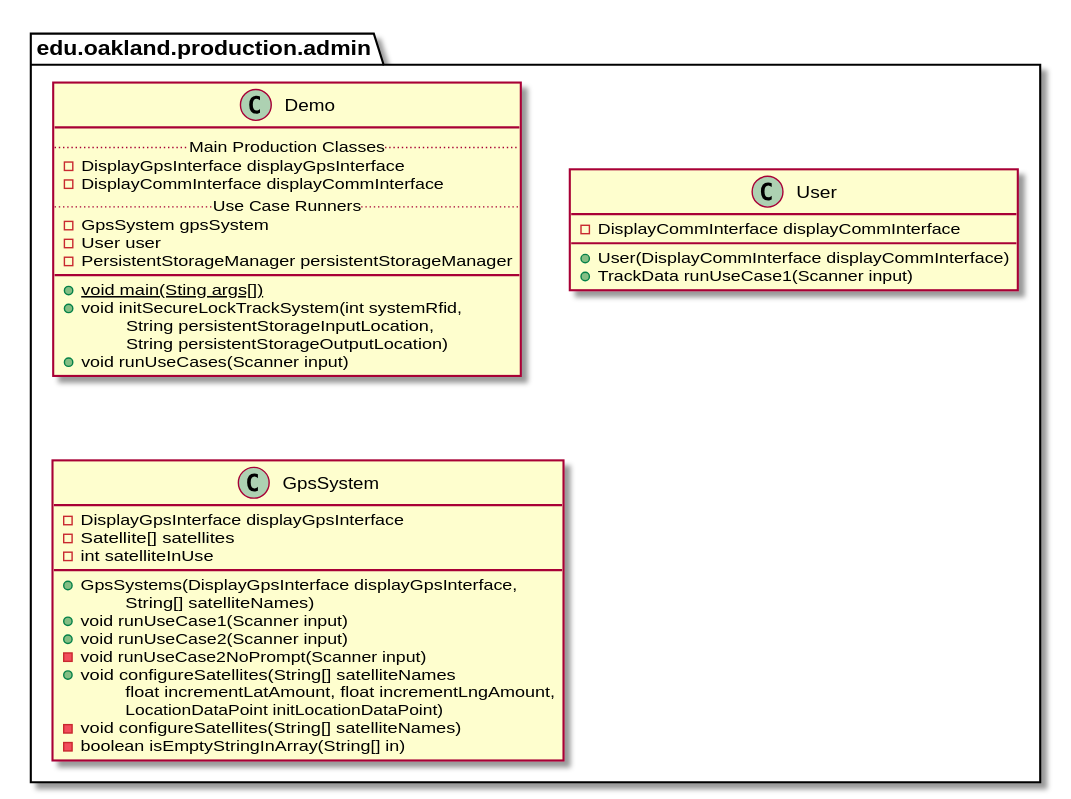
The PlantUML diagram docs/uml-class-diagrams/admin/production/AdminProductionPackage_Closure.svg in andrewdimmer/csi-3370-software-project, before a commit.
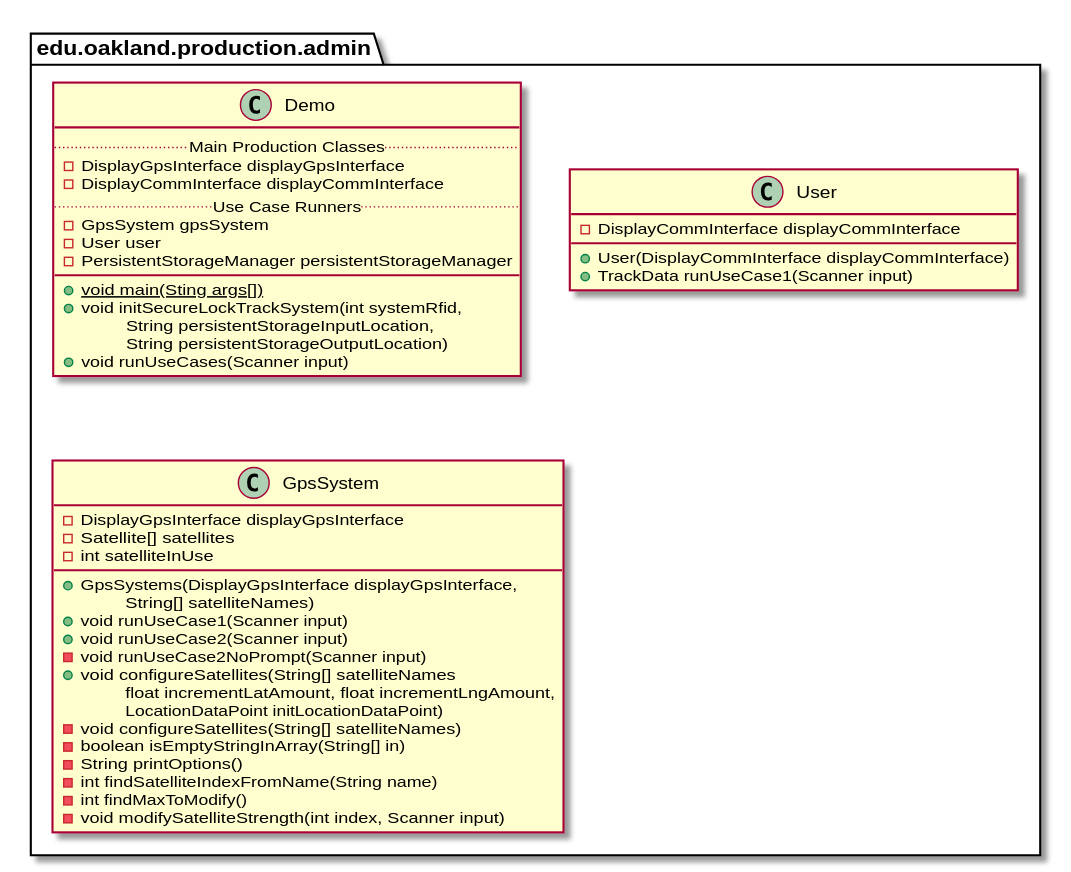
Later version of the same file.

Change to the diagram source:
```diff
@@ -62,6 +62,10 @@
         \tLocationDataPoint initLocationDataPoint)
         - void configureSatellites(String[] satelliteNames)
         - boolean isEmptyStringInArray(String[] in)
+        - String printOptions()
+        - int findSatelliteIndexFromName(String name)
+        - int findMaxToModify()
+        - void modifySatelliteStrength(int index, Scanner input)
     }
 }
 
```
